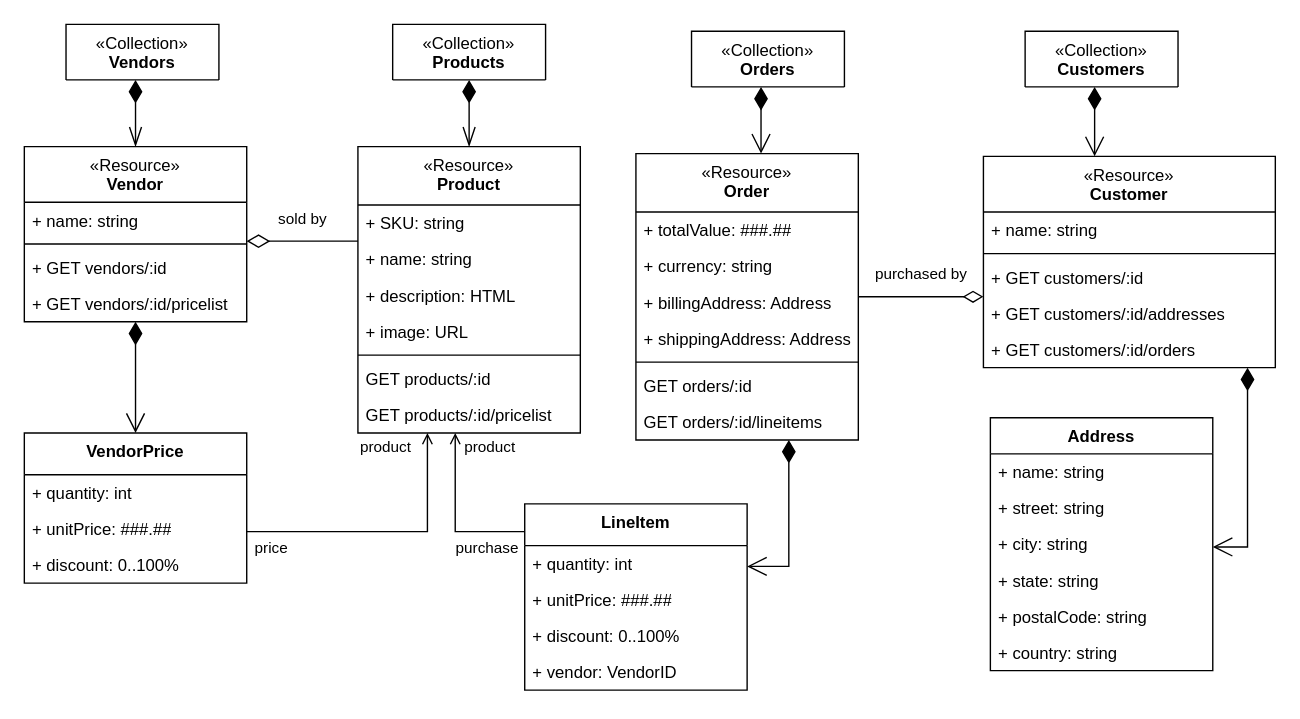
Before: Untitled Diagram.drawio in kubiak-calpoly/csc307-team-project, a draw.io diagram. Source tidied: cells renumbered, new cells numbered last; positions are measured from the earlier drawing's top-left corner, leaving out a move shared by most shapes. Both pictures are drawn from the tidied source at 139%, with x=0, y=0 at pixel (24, 24).
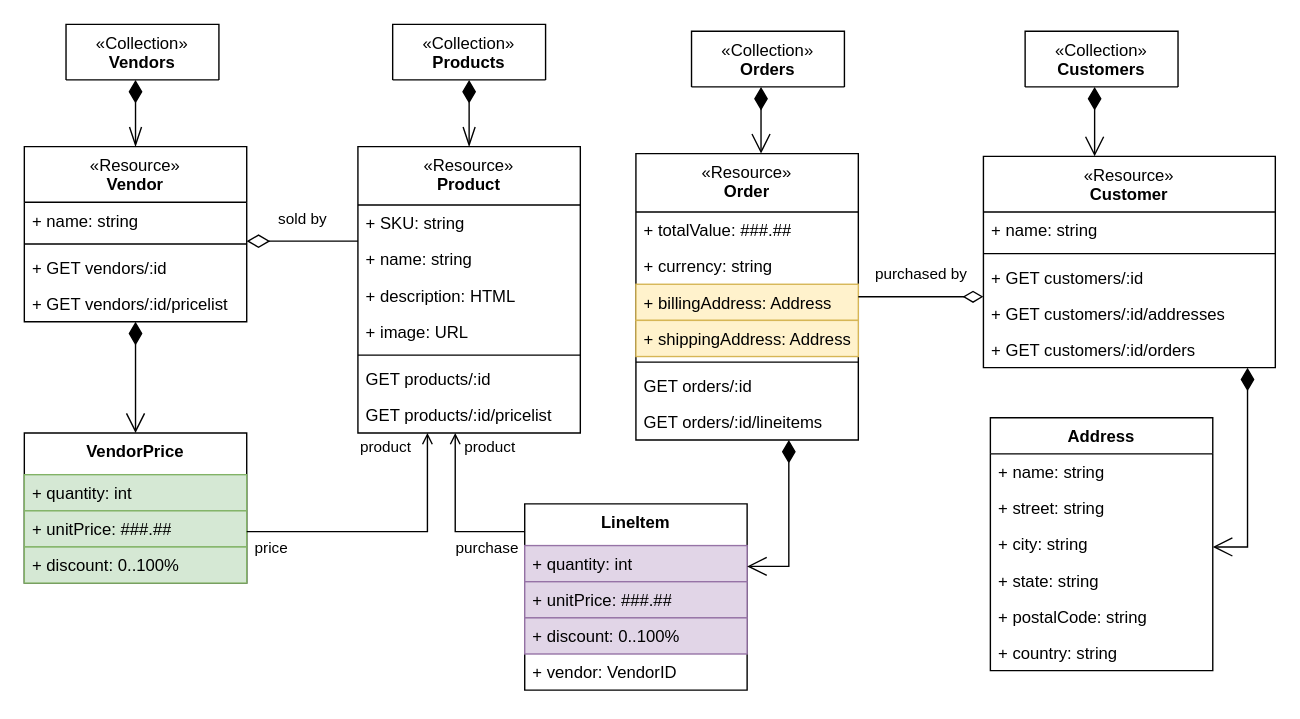
Above is the later version.

The change refers to these unchanged cells:
```xml
<mxCell id="2" value="&lt;span style=&quot;font-weight: normal;&quot;&gt;«Resource»&lt;br style=&quot;border-color: var(--border-color);&quot;&gt;&lt;/span&gt;Order" style="swimlane;fontStyle=1;align=center;verticalAlign=top;horizontal=1;startSize=42;whiteSpace=wrap;html=1;" parent="1" vertex="1">
  <mxGeometry x="440" y="93" width="160" height="206" as="geometry" />
</mxCell>
<mxCell id="17" value="LineItem" style="swimlane;fontStyle=1;align=center;verticalAlign=top;horizontal=1;startSize=30;whiteSpace=wrap;html=1;" parent="1" vertex="1">
  <mxGeometry x="360" y="345" width="160" height="134" as="geometry" />
</mxCell>
<mxCell id="48" value="VendorPrice" style="swimlane;fontStyle=1;align=center;verticalAlign=top;horizontal=1;startSize=30;whiteSpace=wrap;html=1;" parent="1" vertex="1">
  <mxGeometry y="294" width="160" height="108" as="geometry" />
</mxCell>
```

Diff of the diagram source:
```diff
@@
-    <mxCell id="5" value="+ billingAddress: Address" style="text;strokeColor=none;fillColor=none;align=left;verticalAlign=top;spacingLeft=4;spacingRight=4;overflow=hidden;whiteSpace=wrap;html=1;" parent="2" vertex="1">
+    <mxCell id="5" value="+ billingAddress: Address" style="text;strokeColor=#d6b656;fillColor=#fff2cc;align=left;verticalAlign=top;spacingLeft=4;spacingRight=4;overflow=hidden;whiteSpace=wrap;html=1;" parent="2" vertex="1">
       <mxGeometry y="94" width="160" height="26" as="geometry" />
     </mxCell>
-    <mxCell id="6" value="+ shippingAddress: Address" style="text;strokeColor=none;fillColor=none;align=left;verticalAlign=top;spacingLeft=4;spacingRight=4;overflow=hidden;whiteSpace=wrap;html=1;" parent="2" vertex="1">
+    <mxCell id="6" value="+ shippingAddress: Address" style="text;strokeColor=#d6b656;fillColor=#fff2cc;align=left;verticalAlign=top;spacingLeft=4;spacingRight=4;overflow=hidden;whiteSpace=wrap;html=1;" parent="2" vertex="1">
       <mxGeometry y="120" width="160" height="26" as="geometry" />
     </mxCell>
@@
-    <mxCell id="18" value="+ quantity: int" style="text;strokeColor=none;fillColor=none;align=left;verticalAlign=top;spacingLeft=4;spacingRight=4;overflow=hidden;whiteSpace=wrap;html=1;" parent="17" vertex="1">
+    <mxCell id="18" value="+ quantity: int" style="text;strokeColor=#9673a6;fillColor=#e1d5e7;align=left;verticalAlign=top;spacingLeft=4;spacingRight=4;overflow=hidden;whiteSpace=wrap;html=1;" parent="17" vertex="1">
       <mxGeometry y="30" width="160" height="26" as="geometry" />
     </mxCell>
-    <mxCell id="19" value="+ unitPrice: ###.##" style="text;strokeColor=none;fillColor=none;align=left;verticalAlign=top;spacingLeft=4;spacingRight=4;overflow=hidden;whiteSpace=wrap;html=1;" parent="17" vertex="1">
+    <mxCell id="19" value="+ unitPrice: ###.##" style="text;strokeColor=#9673a6;fillColor=#e1d5e7;align=left;verticalAlign=top;spacingLeft=4;spacingRight=4;overflow=hidden;whiteSpace=wrap;html=1;" parent="17" vertex="1">
       <mxGeometry y="56" width="160" height="26" as="geometry" />
     </mxCell>
-    <mxCell id="20" value="+ discount: 0..100%" style="text;strokeColor=none;fillColor=none;align=left;verticalAlign=top;spacingLeft=4;spacingRight=4;overflow=hidden;whiteSpace=wrap;html=1;" parent="17" vertex="1">
+    <mxCell id="20" value="+ discount: 0..100%" style="text;strokeColor=#9673a6;fillColor=#e1d5e7;align=left;verticalAlign=top;spacingLeft=4;spacingRight=4;overflow=hidden;whiteSpace=wrap;html=1;" parent="17" vertex="1">
       <mxGeometry y="82" width="160" height="26" as="geometry" />
     </mxCell>
@@
-    <mxCell id="49" value="+ quantity: int" style="text;strokeColor=none;fillColor=none;align=left;verticalAlign=top;spacingLeft=4;spacingRight=4;overflow=hidden;whiteSpace=wrap;html=1;" parent="48" vertex="1">
+    <mxCell id="49" value="+ quantity: int" style="text;strokeColor=#82b366;fillColor=#d5e8d4;align=left;verticalAlign=top;spacingLeft=4;spacingRight=4;overflow=hidden;whiteSpace=wrap;html=1;" parent="48" vertex="1">
       <mxGeometry y="30" width="160" height="26" as="geometry" />
     </mxCell>
-    <mxCell id="50" value="+ unitPrice: ###.##" style="text;strokeColor=none;fillColor=none;align=left;verticalAlign=top;spacingLeft=4;spacingRight=4;overflow=hidden;whiteSpace=wrap;html=1;" parent="48" vertex="1">
+    <mxCell id="50" value="+ unitPrice: ###.##" style="text;strokeColor=#82b366;fillColor=#d5e8d4;align=left;verticalAlign=top;spacingLeft=4;spacingRight=4;overflow=hidden;whiteSpace=wrap;html=1;" parent="48" vertex="1">
       <mxGeometry y="56" width="160" height="26" as="geometry" />
     </mxCell>
-    <mxCell id="51" value="+ discount: 0..100%" style="text;strokeColor=none;fillColor=none;align=left;verticalAlign=top;spacingLeft=4;spacingRight=4;overflow=hidden;whiteSpace=wrap;html=1;" parent="48" vertex="1">
+    <mxCell id="51" value="+ discount: 0..100%" style="text;strokeColor=#82b366;fillColor=#d5e8d4;align=left;verticalAlign=top;spacingLeft=4;spacingRight=4;overflow=hidden;whiteSpace=wrap;html=1;" parent="48" vertex="1">
       <mxGeometry y="82" width="160" height="26" as="geometry" />
     </mxCell>
```
